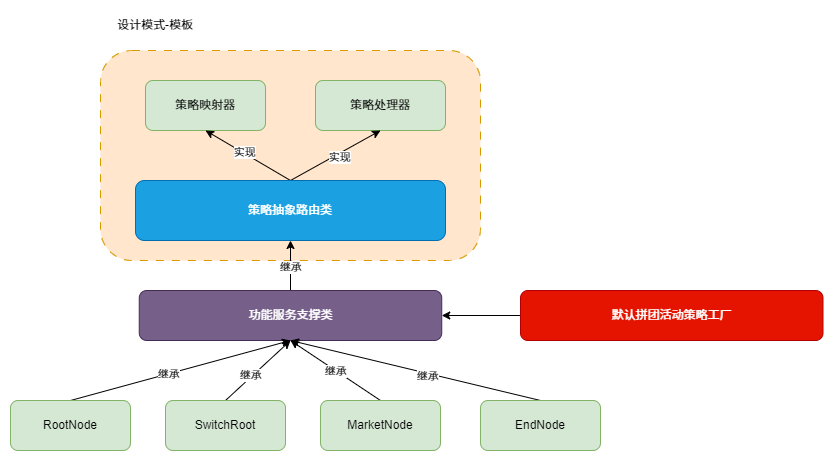
CatCatchFish/group-buy-market keeps this draw.io diagram as img/试算模型抽象模板设计.png. Above is the earlier version. Source tidied: cells renumbered, new cells last; positions are measured from the earlier drawing's top-left corner, leaving out a move shared by most shapes.
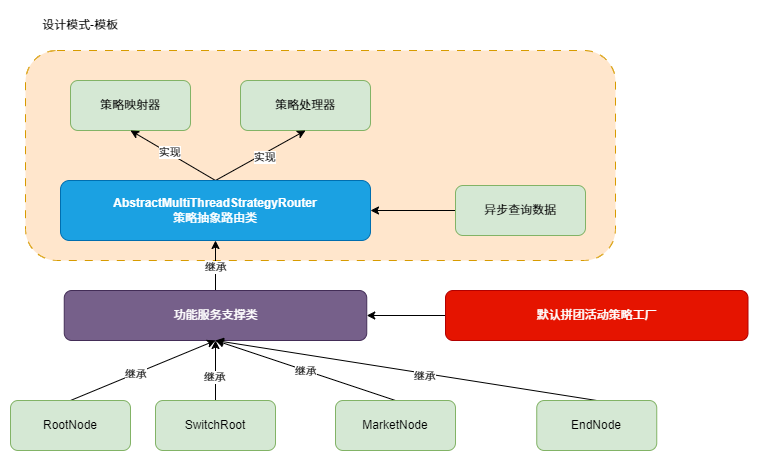
The same file after the commit.

Diff of the diagram source:
```diff
@@ -3,7 +3,7 @@
     <mxCell id="0" />
     <mxCell id="1" parent="0" />
     <mxCell id="2" style="rounded=1;whiteSpace=wrap;html=1;fillColor=#ffe6cc;strokeColor=#d79b00;dashed=1;dashPattern=8 8;" parent="1" vertex="1">
-      <mxGeometry x="90" y="40" width="380" height="210" as="geometry" />
+      <mxGeometry x="90" y="40" width="590" height="210" as="geometry" />
     </mxCell>
     <mxCell id="3" value="&lt;div&gt;&lt;span style=&quot;background-color: initial;&quot;&gt;策略映射器&lt;/span&gt;&lt;br&gt;&lt;/div&gt;" style="rounded=1;whiteSpace=wrap;html=1;fillColor=#d5e8d4;strokeColor=#82b366;" parent="1" vertex="1">
       <mxGeometry x="135" y="70" width="120" height="50" as="geometry" />
@@ -23,7 +23,7 @@
     <mxCell id="8" value="实现" style="edgeLabel;html=1;align=center;verticalAlign=middle;" parent="7" vertex="1">
       <mxGeometry x="0.05" y="-3" relative="1" as="geometry" />
     </mxCell>
-    <mxCell id="9" value="策略抽象路由类" style="rounded=1;whiteSpace=wrap;html=1;fillColor=#1ba1e2;fontColor=#ffffff;strokeColor=#006EAF;" parent="1" vertex="1">
+    <mxCell id="9" value="&lt;div&gt;&lt;b&gt;AbstractMultiThreadStrategyRouter&lt;/b&gt;&lt;/div&gt;策略抽象路由类" style="rounded=1;whiteSpace=wrap;html=1;fillColor=#1ba1e2;fontColor=#ffffff;strokeColor=#006EAF;" parent="1" vertex="1">
       <mxGeometry x="125" y="170" width="310" height="60" as="geometry" />
     </mxCell>
     <mxCell id="10" value="设计模式-模板" style="text;html=1;align=center;verticalAlign=middle;whiteSpace=wrap;rounded=0;" parent="1" vertex="1">
@@ -45,7 +45,7 @@
       <mxGeometry x="-0.11" relative="1" as="geometry" />
     </mxCell>
     <mxCell id="16" value="&lt;div&gt;&lt;span style=&quot;background-color: initial;&quot;&gt;RootNode&lt;/span&gt;&lt;br&gt;&lt;/div&gt;" style="rounded=1;whiteSpace=wrap;html=1;fillColor=#d5e8d4;strokeColor=#82b366;" parent="1" vertex="1">
-      <mxGeometry y="390" width="120" height="50" as="geometry" />
+      <mxGeometry x="75" y="390" width="120" height="50" as="geometry" />
     </mxCell>
     <mxCell id="17" style="edgeStyle=none;rounded=0;jettySize=auto;html=1;exitX=0.5;exitY=0;exitDx=0;exitDy=0;entryX=0.5;entryY=1;entryDx=0;entryDy=0;" parent="1" edge="1" source="19" target="13">
       <mxGeometry relative="1" as="geometry" />
@@ -54,7 +54,7 @@
       <mxGeometry x="-0.21" y="2" relative="1" as="geometry" />
     </mxCell>
     <mxCell id="19" value="&lt;div&gt;&lt;span style=&quot;background-color: initial;&quot;&gt;SwitchRoot&lt;/span&gt;&lt;br&gt;&lt;/div&gt;" style="rounded=1;whiteSpace=wrap;html=1;fillColor=#d5e8d4;strokeColor=#82b366;" parent="1" vertex="1">
-      <mxGeometry x="155" y="390" width="120" height="50" as="geometry" />
+      <mxGeometry x="220" y="390" width="120" height="50" as="geometry" />
     </mxCell>
     <mxCell id="20" style="edgeStyle=none;rounded=0;jettySize=auto;html=1;exitX=0.5;exitY=0;exitDx=0;exitDy=0;entryX=0.5;entryY=1;entryDx=0;entryDy=0;" parent="1" edge="1" source="22" target="13">
       <mxGeometry relative="1" as="geometry" />
@@ -63,7 +63,7 @@
       <mxGeometry y="1" relative="1" as="geometry" />
     </mxCell>
     <mxCell id="22" value="&lt;div&gt;&lt;span style=&quot;background-color: initial;&quot;&gt;MarketNode&lt;/span&gt;&lt;br&gt;&lt;/div&gt;" style="rounded=1;whiteSpace=wrap;html=1;fillColor=#d5e8d4;strokeColor=#82b366;" parent="1" vertex="1">
-      <mxGeometry x="310" y="390" width="120" height="50" as="geometry" />
+      <mxGeometry x="400" y="390" width="120" height="50" as="geometry" />
     </mxCell>
     <mxCell id="23" style="edgeStyle=none;rounded=0;jettySize=auto;html=1;exitX=0.5;exitY=0;exitDx=0;exitDy=0;entryX=0.5;entryY=1;entryDx=0;entryDy=0;" parent="1" edge="1" source="25" target="13">
       <mxGeometry relative="1" as="geometry" />
@@ -72,7 +72,7 @@
       <mxGeometry x="-0.1" y="3" relative="1" as="geometry" />
     </mxCell>
     <mxCell id="25" value="&lt;div&gt;&lt;span style=&quot;background-color: initial;&quot;&gt;EndNode&lt;/span&gt;&lt;br&gt;&lt;/div&gt;" style="rounded=1;whiteSpace=wrap;html=1;fillColor=#d5e8d4;strokeColor=#82b366;" parent="1" vertex="1">
-      <mxGeometry x="470" y="390" width="120" height="50" as="geometry" />
+      <mxGeometry x="601.2" y="390" width="120" height="50" as="geometry" />
     </mxCell>
     <mxCell id="26" style="edgeStyle=none;rounded=0;jettySize=auto;html=1;" parent="1" edge="1" source="27" target="13">
       <mxGeometry relative="1" as="geometry" />
@@ -80,5 +80,11 @@
     <mxCell id="27" value="默认拼团活动策略工厂" style="rounded=1;whiteSpace=wrap;html=1;fillColor=#e51400;fontColor=#ffffff;strokeColor=#B20000;" parent="1" vertex="1">
       <mxGeometry x="510" y="280" width="302.5" height="50" as="geometry" />
     </mxCell>
+    <mxCell id="28" style="edgeStyle=orthogonalEdgeStyle;rounded=0;jettySize=auto;html=1;exitX=0;exitY=0.5;exitDx=0;exitDy=0;entryX=1;entryY=0.5;entryDx=0;entryDy=0;" parent="1" edge="1" source="29" target="9">
+      <mxGeometry relative="1" as="geometry" />
+    </mxCell>
+    <mxCell id="29" value="异步查询数据" style="rounded=1;whiteSpace=wrap;html=1;fillColor=#d5e8d4;strokeColor=#82b366;" parent="1" vertex="1">
+      <mxGeometry x="520" y="175" width="130" height="50" as="geometry" />
+    </mxCell>
   </root>
 </mxGraphModel>
```
